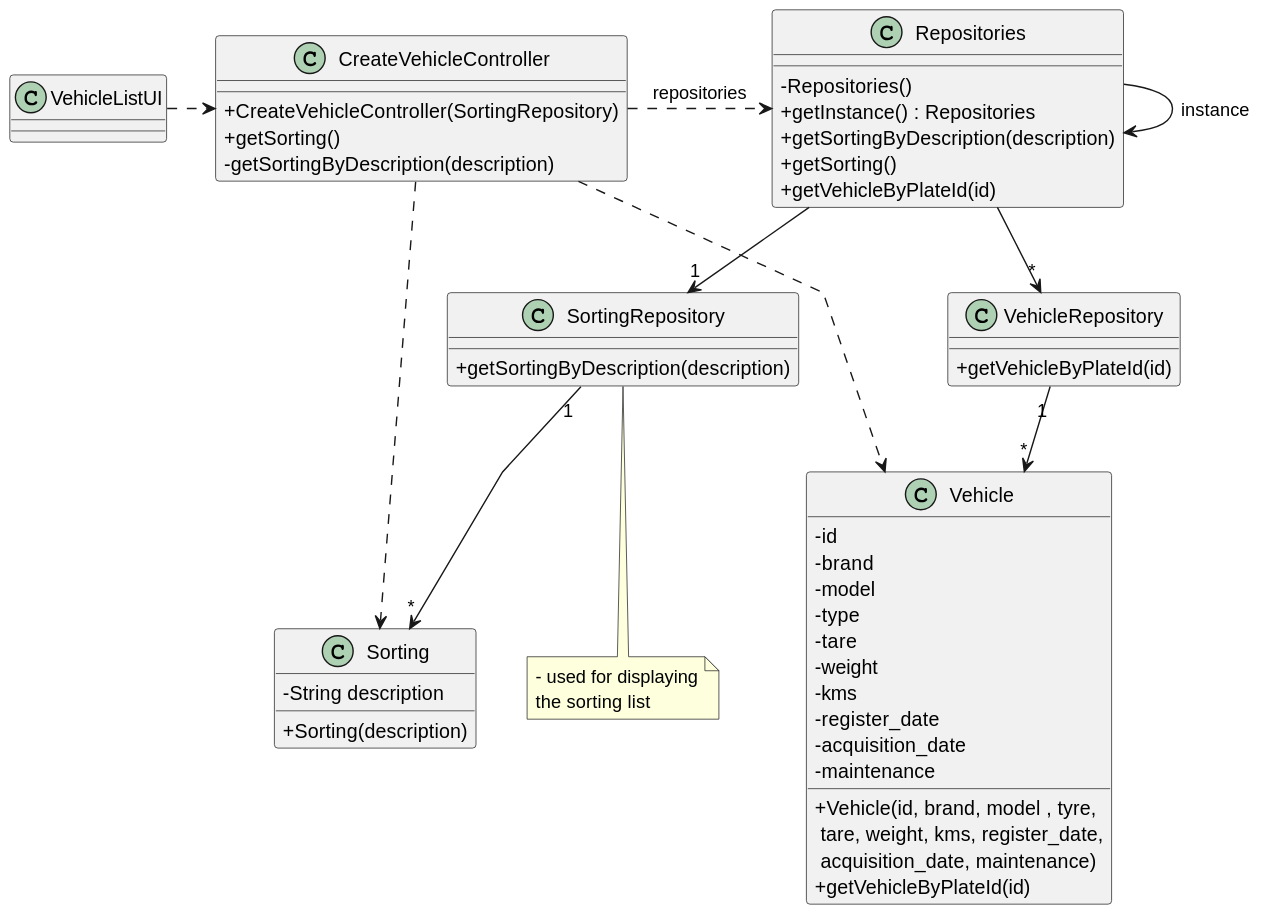
Above: docs/sprintC/us027/03.design/svg/us027-class-diagram.svg in rpedros02/lei-24-s2-1DL-g08 (PlantUML), before the change. The source it was exported from:
```plantuml
@startuml
skinparam packageStyle rectangle
skinparam shadowing false
skinparam linetype polyline

skinparam classAttributeIconSize 0



class Vehicle {
    - id
    - brand
    - model
    - type
    - tare
    - weight
    - kms
    - register_date
    - acquisition_date
    - maintenance

    + Vehicle(id, brand, model , tyre,\n tare, weight, kms, register_date,\n acquisition_date, maintenance)
    + getVehicleByPlateId(id)
}

class Sorting {
    - String description

    + Sorting(description)
}

class SortingRepository {
    + getSortingByDescription(description)
}

class VehicleRepository {
    + getVehicleByPlateId(id)
}

class Repositories {
    - Repositories()
    + getInstance() : Repositories
    + getSortingByDescription(description)
    + getSorting()
    + getVehicleByPlateId(id)
}

note bottom of SortingRepository
    - used for displaying
    the sorting list
end note

class VehicleListUI {
}

class CreateVehicleController {
    + CreateVehicleController(SortingRepository)
    + getSorting()
    - getSortingByDescription(description)
}

VehicleListUI .> CreateVehicleController

CreateVehicleController .> Repositories : repositories

Repositories -> Repositories : instance

Repositories --> "1" SortingRepository
Repositories --> "*" VehicleRepository

VehicleRepository "1" --> "*" Vehicle
SortingRepository "1" --> "*" Sorting

CreateVehicleController .> Sorting
CreateVehicleController .> Vehicle
@enduml
```
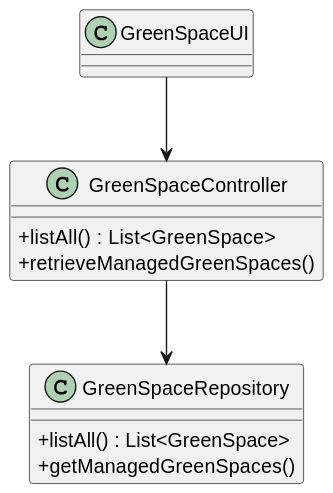
Above is the later version.

Change to the diagram source:
```diff
@@ -7,70 +7,19 @@
 
 
 
-class Vehicle {
-    - id
-    - brand
-    - model
-    - type
-    - tare
-    - weight
-    - kms
-    - register_date
-    - acquisition_date
-    - maintenance
-
-    + Vehicle(id, brand, model , tyre,\n tare, weight, kms, register_date,\n acquisition_date, maintenance)
-    + getVehicleByPlateId(id)
+class GreenSpaceUI {
 }
 
-class Sorting {
-    - String description
 
-    + Sorting(description)
+class GreenSpaceController {
++ listAll()  : List<GreenSpace>
++ retrieveManagedGreenSpaces()
+}
+class GreenSpaceRepository {
++ listAll() : List<GreenSpace>
++ getManagedGreenSpaces()
 }
 
-class SortingRepository {
-    + getSortingByDescription(description)
-}
-
-class VehicleRepository {
-    + getVehicleByPlateId(id)
-}
-
-class Repositories {
-    - Repositories()
-    + getInstance() : Repositories
-    + getSortingByDescription(description)
-    + getSorting()
-    + getVehicleByPlateId(id)
-}
-
-note bottom of SortingRepository
-    - used for displaying
-    the sorting list
-end note
-
-class VehicleListUI {
-}
-
-class CreateVehicleController {
-    + CreateVehicleController(SortingRepository)
-    + getSorting()
-    - getSortingByDescription(description)
-}
-
-VehicleListUI .> CreateVehicleController
-
-CreateVehicleController .> Repositories : repositories
-
-Repositories -> Repositories : instance
-
-Repositories --> "1" SortingRepository
-Repositories --> "*" VehicleRepository
-
-VehicleRepository "1" --> "*" Vehicle
-SortingRepository "1" --> "*" Sorting
-
-CreateVehicleController .> Sorting
-CreateVehicleController .> Vehicle
+GreenSpaceUI --> GreenSpaceController
+GreenSpaceController --> GreenSpaceRepository
 @enduml
```
